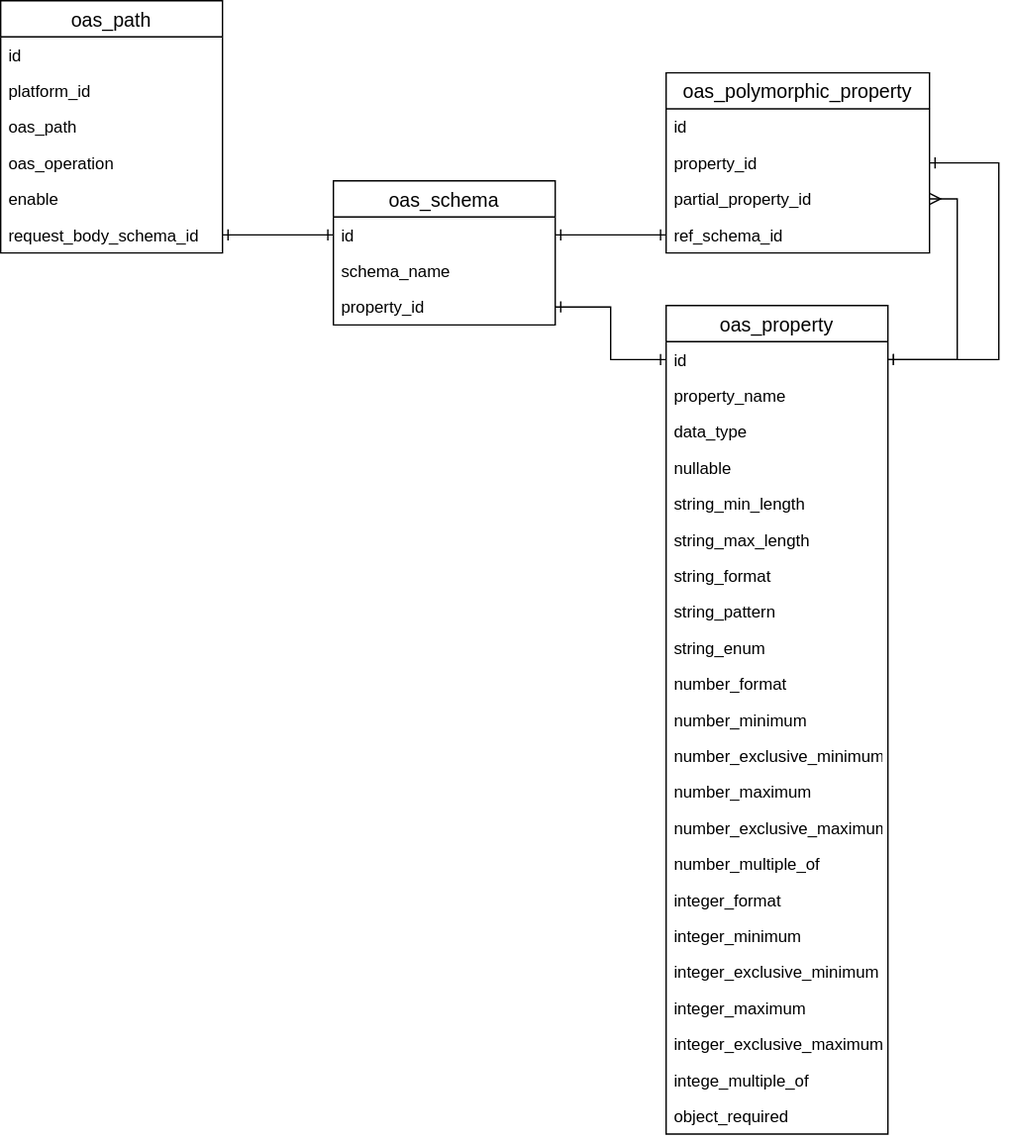
Before: erd.drawio.svg, a diagram exported from draw.io (gocreating/openapi-csv-converter). Source tidied: cells renumbered, new cells last; positions are measured from the earlier drawing's top-left corner, leaving out a move shared by most shapes.
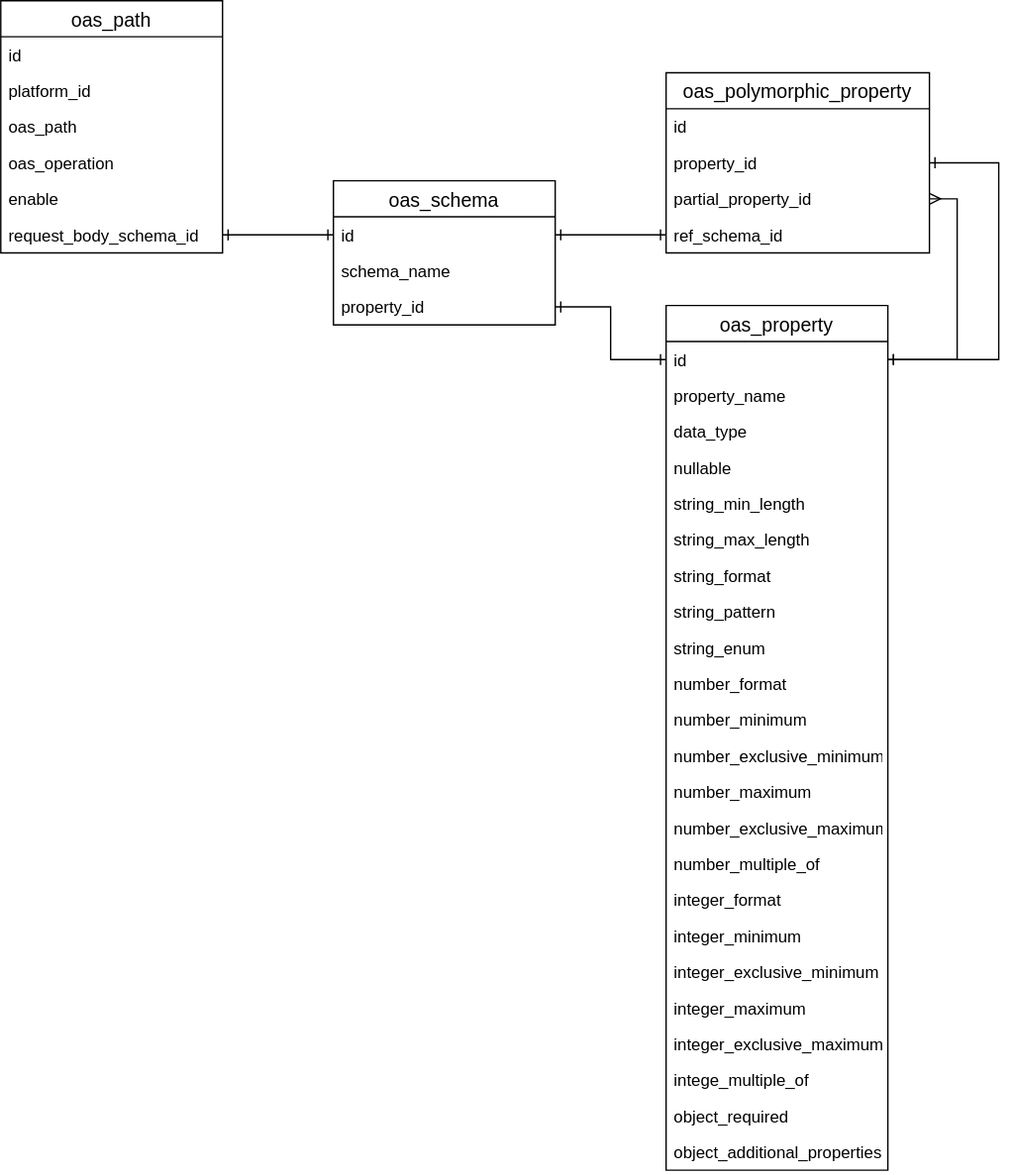
Above is the later version.

What changed in the source:
```diff
@@ -61,7 +61,7 @@
       </mxGeometry>
     </mxCell>
     <mxCell id="18" value="oas_property" style="swimlane;fontStyle=0;horizontal=1;startSize=26;align=center;fontSize=14;" parent="1" vertex="1">
-      <mxGeometry x="480" y="220" width="160" height="598" as="geometry" />
+      <mxGeometry x="480" y="220" width="160" height="624" as="geometry" />
     </mxCell>
     <mxCell id="19" value="id" style="text;strokeColor=none;fillColor=none;spacingLeft=4;spacingRight=4;overflow=hidden;points=[[0,0.5],[1,0.5]];portConstraint=eastwest;fontSize=12;" parent="18" vertex="1">
       <mxGeometry y="26" width="160" height="26" as="geometry" />
@@ -129,6 +129,9 @@
     <mxCell id="40" value="object_required" style="text;strokeColor=none;fillColor=none;spacingLeft=4;spacingRight=4;overflow=hidden;fontSize=12;" parent="18" vertex="1">
       <mxGeometry y="572" width="160" height="26" as="geometry" />
     </mxCell>
+    <mxCell id="46" value="object_additional_properties" style="text;strokeColor=none;fillColor=none;spacingLeft=4;spacingRight=4;overflow=hidden;fontSize=12;" parent="18" vertex="1">
+      <mxGeometry y="598" width="160" height="26" as="geometry" />
+    </mxCell>
     <mxCell id="41" value="oas_polymorphic_property" style="swimlane;fontStyle=0;horizontal=1;startSize=26;align=center;fontSize=14;" parent="1" vertex="1">
       <mxGeometry x="480" y="52" width="190" height="130" as="geometry" />
     </mxCell>
```
